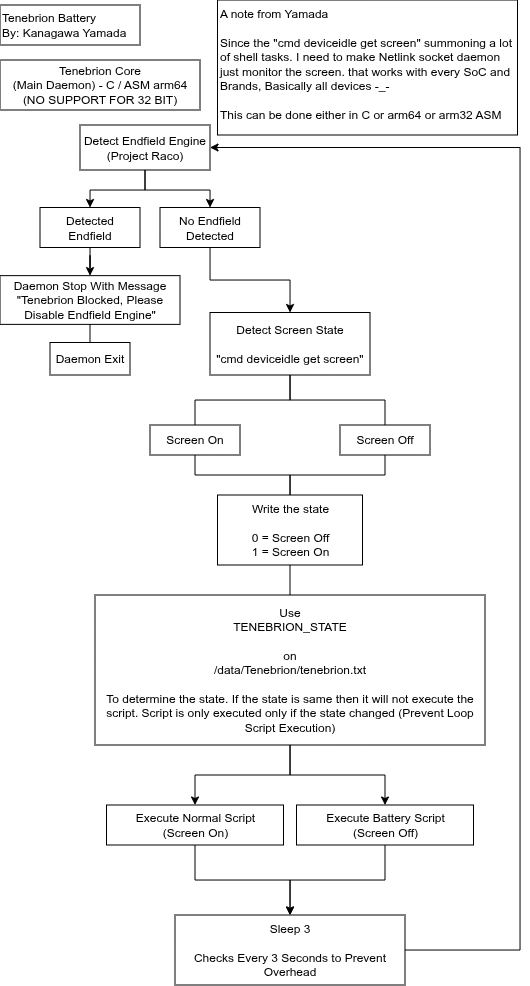
Earlier version of the draw.io export IMG & Concept/Concept ot Tenebrion.drawio.png (LoggingNewMemory/Tenebrion-Battery). Source tidied: cells renumbered, new cells last; positions are measured from the earlier drawing's top-left corner, leaving out a move shared by most shapes.
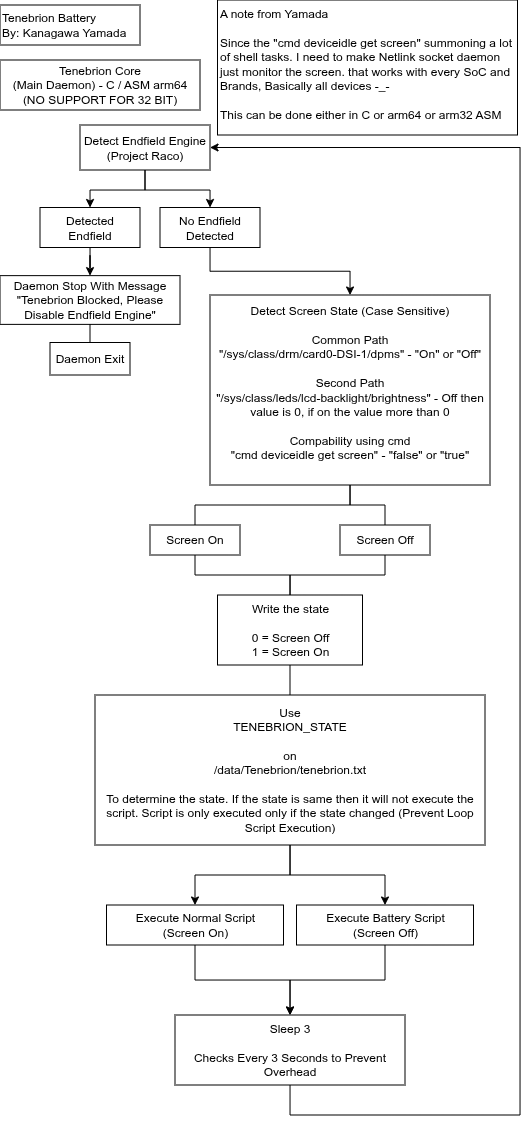
The same file after the commit.

What changed in the source:
```diff
@@ -14,8 +14,8 @@
     <mxCell id="5" style="edgeStyle=orthogonalEdgeStyle;rounded=0;jettySize=auto;html=1;endArrow=none;endFill=0;" parent="1" edge="1" source="6" target="20">
       <mxGeometry relative="1" as="geometry" />
     </mxCell>
-    <mxCell id="6" value="Detect Screen State&lt;div&gt;&lt;br&gt;&lt;/div&gt;&lt;div&gt;&quot;cmd deviceidle get screen&quot;&lt;/div&gt;" style="rounded=0;whiteSpace=wrap;html=1;" parent="1" vertex="1">
-      <mxGeometry x="210" y="312.5" width="160" height="62.5" as="geometry" />
+    <mxCell id="6" value="Detect Screen State (Case Sensitive)&lt;div&gt;&lt;br&gt;&lt;/div&gt;&lt;div&gt;Common Path&lt;/div&gt;&lt;div&gt;&quot;/sys/class/drm/card0-DSI-1/dpms&quot; - &quot;On&quot; or &quot;Off&quot;&lt;/div&gt;&lt;div&gt;&lt;br&gt;&lt;/div&gt;&lt;div&gt;Second Path&lt;/div&gt;&lt;div&gt;&lt;span style=&quot;background-color: transparent; color: light-dark(rgb(0, 0, 0), rgb(255, 255, 255));&quot;&gt;&quot;/sys/class/leds/lcd-backlight/brightness&quot; - Off then value is 0, if on the value more than 0&lt;/span&gt;&lt;/div&gt;&lt;div&gt;&lt;br&gt;&lt;/div&gt;&lt;div&gt;Compability using cmd&lt;/div&gt;&lt;div&gt;&lt;div&gt;&quot;cmd deviceidle get screen&quot; - &quot;false&quot; or &quot;true&quot;&lt;/div&gt;&lt;/div&gt;&lt;div&gt;&lt;br&gt;&lt;/div&gt;" style="rounded=0;whiteSpace=wrap;html=1;" parent="1" vertex="1">
+      <mxGeometry x="210" y="295" width="280" height="190" as="geometry" />
     </mxCell>
     <mxCell id="7" style="edgeStyle=orthogonalEdgeStyle;rounded=0;jettySize=auto;html=1;" parent="1" edge="1" source="9" target="11">
       <mxGeometry relative="1" as="geometry" />
@@ -51,36 +51,37 @@
       <mxGeometry relative="1" as="geometry" />
     </mxCell>
     <mxCell id="18" value="Screen On" style="rounded=0;whiteSpace=wrap;html=1;" parent="1" vertex="1">
-      <mxGeometry x="150" y="425" width="90" height="30" as="geometry" />
+      <mxGeometry x="150" y="525" width="90" height="30" as="geometry" />
     </mxCell>
     <mxCell id="19" style="edgeStyle=orthogonalEdgeStyle;rounded=0;jettySize=auto;html=1;endArrow=none;endFill=0;" parent="1" edge="1" source="20" target="31">
       <mxGeometry relative="1" as="geometry" />
     </mxCell>
     <mxCell id="20" value="Screen Off" style="rounded=0;whiteSpace=wrap;html=1;" parent="1" vertex="1">
-      <mxGeometry x="340" y="425" width="90" height="30" as="geometry" />
+      <mxGeometry x="340" y="525" width="90" height="30" as="geometry" />
     </mxCell>
     <mxCell id="21" style="edgeStyle=orthogonalEdgeStyle;rounded=0;jettySize=auto;html=1;" parent="1" edge="1" source="22" target="26">
       <mxGeometry relative="1" as="geometry" />
     </mxCell>
     <mxCell id="22" value="Execute Normal Script&lt;div&gt;(Screen On)&lt;/div&gt;" style="rounded=0;whiteSpace=wrap;html=1;" parent="1" vertex="1">
-      <mxGeometry x="106.5" y="805" width="177" height="40" as="geometry" />
+      <mxGeometry x="106.5" y="905" width="177" height="40" as="geometry" />
     </mxCell>
     <mxCell id="23" style="edgeStyle=orthogonalEdgeStyle;rounded=0;jettySize=auto;html=1;" parent="1" edge="1" source="24" target="26">
       <mxGeometry relative="1" as="geometry" />
     </mxCell>
     <mxCell id="24" value="Execute Battery Script&lt;div&gt;(Screen Off)&lt;/div&gt;" style="rounded=0;whiteSpace=wrap;html=1;" parent="1" vertex="1">
-      <mxGeometry x="296.5" y="805" width="177" height="40" as="geometry" />
+      <mxGeometry x="296.5" y="905" width="177" height="40" as="geometry" />
     </mxCell>
     <mxCell id="25" style="edgeStyle=orthogonalEdgeStyle;rounded=0;jettySize=auto;html=1;entryX=1;entryY=0.5;entryDx=0;entryDy=0;" parent="1" edge="1" source="26" target="9">
       <mxGeometry relative="1" as="geometry">
         <Array as="points">
-          <mxPoint x="520" y="950" />
+          <mxPoint x="290" y="1115" />
+          <mxPoint x="520" y="1115" />
           <mxPoint x="520" y="148" />
         </Array>
       </mxGeometry>
     </mxCell>
     <mxCell id="26" value="Sleep 3&lt;div&gt;&lt;br&gt;&lt;/div&gt;&lt;div&gt;Checks Every 3 Seconds to Prevent Overhead&lt;/div&gt;" style="rounded=0;whiteSpace=wrap;html=1;" parent="1" vertex="1">
-      <mxGeometry x="175" y="915" width="230" height="70" as="geometry" />
+      <mxGeometry x="175" y="1015" width="230" height="70" as="geometry" />
     </mxCell>
     <mxCell id="27" value="A note from Yamada&lt;div&gt;&lt;br&gt;&lt;/div&gt;&lt;div&gt;Since the &quot;&lt;span style=&quot;text-align: center; background-color: transparent; color: light-dark(rgb(0, 0, 0), rgb(255, 255, 255));&quot;&gt;cmd deviceidle get screen&quot; summoning a lot of shell tasks. I need to make&amp;nbsp;&lt;/span&gt;&lt;span style=&quot;background-color: transparent; color: light-dark(rgb(0, 0, 0), rgb(255, 255, 255));&quot;&gt;Netlink socket daemon just monitor the screen. that works with every SoC and Brands, Basically all devices -_-&lt;br&gt;&lt;br&gt;This can be done either in C or arm64 or arm32 ASM&lt;/span&gt;&lt;/div&gt;" style="rounded=0;whiteSpace=wrap;html=1;align=left;verticalAlign=top;" parent="1" vertex="1">
       <mxGeometry x="217.5" width="300" height="135" as="geometry" />
@@ -92,10 +93,10 @@
       <mxGeometry relative="1" as="geometry" />
     </mxCell>
     <mxCell id="30" value="Use&lt;div&gt;TENEBRION_STATE&lt;/div&gt;&lt;div&gt;&lt;br&gt;&lt;/div&gt;&lt;div&gt;on&lt;/div&gt;&lt;div&gt;&lt;div&gt;/data/Tenebrion/tenebrion.txt&lt;/div&gt;&lt;/div&gt;&lt;div&gt;&lt;br&gt;&lt;/div&gt;&lt;div&gt;To determine the state. If the state is same then it will not execute the script. Script is only executed only if the state changed (Prevent Loop Script Execution)&lt;/div&gt;" style="rounded=0;whiteSpace=wrap;html=1;" parent="1" vertex="1">
-      <mxGeometry x="95" y="595" width="390" height="150" as="geometry" />
+      <mxGeometry x="95" y="695" width="390" height="150" as="geometry" />
     </mxCell>
     <mxCell id="31" value="Write the state&lt;div&gt;&lt;br&gt;&lt;/div&gt;&lt;div&gt;&lt;div&gt;0 = Screen Off&lt;/div&gt;&lt;div&gt;1 = Screen On&lt;/div&gt;&lt;/div&gt;" style="rounded=0;whiteSpace=wrap;html=1;" parent="1" vertex="1">
-      <mxGeometry x="217.5" y="495" width="145" height="70" as="geometry" />
+      <mxGeometry x="217.5" y="595" width="145" height="70" as="geometry" />
     </mxCell>
     <mxCell id="32" style="endArrow=none;html=1;rounded=0;exitX=0.5;exitY=1;exitDx=0;exitDy=0;" parent="1" edge="1" source="31" target="30">
       <mxGeometry relative="1" as="geometry" />
```
